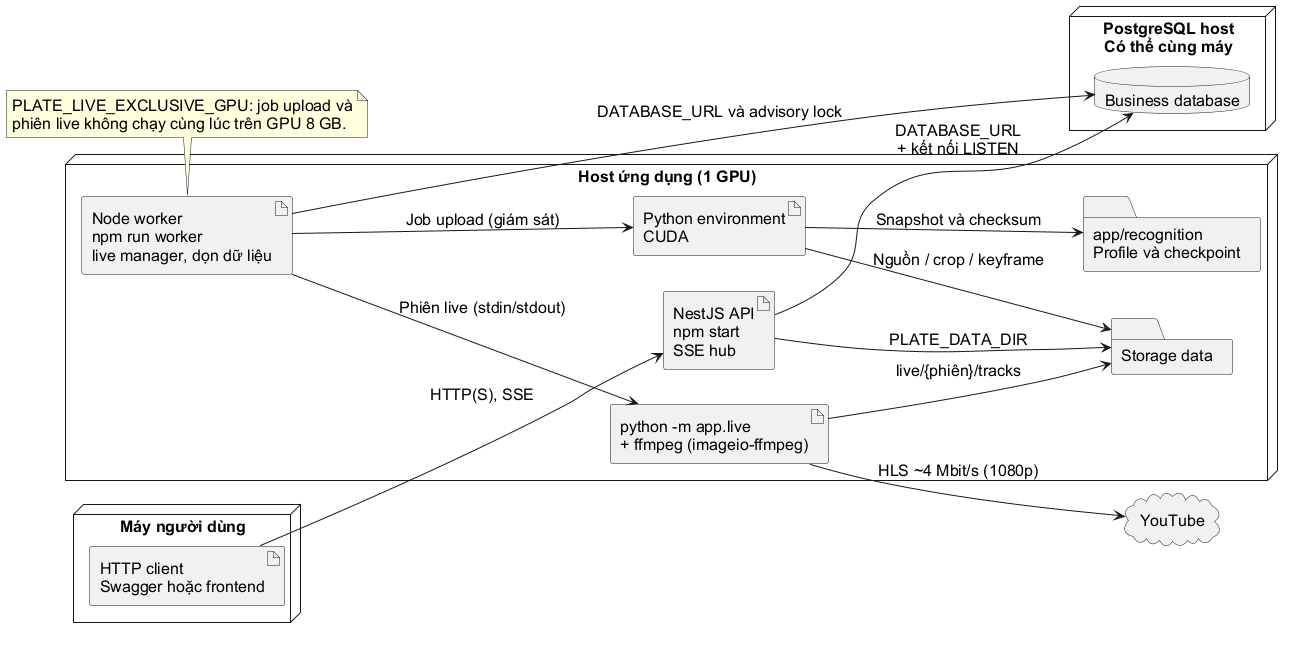
Before: docs/analysis/diagrams/16-deployment.png, a diagram exported from PlantUML (Oszumeiii/Vehicle_Tracking_BE). Source of this version:
```plantuml
@startuml
skinparam defaultFontName Arial
skinparam defaultFontSize 16
skinparam shadowing false
skinparam backgroundColor white
left to right direction
node "Máy người dùng" {
  artifact "HTTP client\nSwagger hoặc frontend" as client
}
node "Host ứng dụng (1 GPU)" {
  artifact "NestJS API\nnpm start\nSSE hub" as api
  artifact "Node worker\nnpm run worker\nlive manager, dọn dữ liệu" as worker
  artifact "Python environment\nCUDA" as python
  artifact "python -m app.live\n+ ffmpeg (imageio-ffmpeg)" as live
  folder "Storage data" as storage
  folder "app/recognition\nProfile và checkpoint" as model
}
node "PostgreSQL host\nCó thể cùng máy" {
  database "Business database" as db
}
cloud "YouTube" as youtube
client --> api : HTTP(S), SSE
api --> db : DATABASE_URL\n+ kết nối LISTEN
worker --> db : DATABASE_URL và advisory lock
api --> storage : PLATE_DATA_DIR
worker --> python : Job upload (giám sát)
worker --> live : Phiên live (stdin/stdout)
live --> youtube : HLS ~4 Mbit/s (1080p)
python --> storage : Nguồn / crop / keyframe
live --> storage : live/{phiên}/tracks
python --> model : Snapshot và checksum
note bottom of worker
  PLATE_LIVE_EXCLUSIVE_GPU: job upload và
  phiên live không chạy cùng lúc trên GPU 8 GB.
end note
@enduml
```
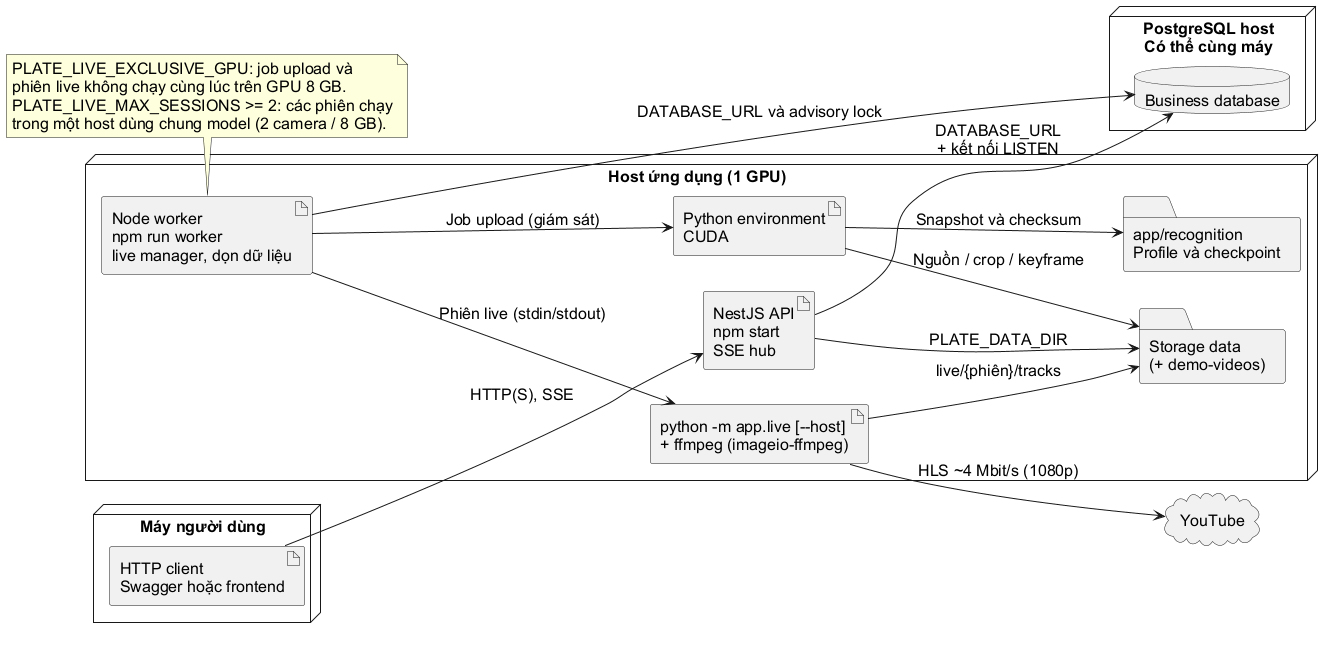
The same diagram one commit later.

Diff of the diagram source:
```diff
@@ -11,8 +11,8 @@
   artifact "NestJS API\nnpm start\nSSE hub" as api
   artifact "Node worker\nnpm run worker\nlive manager, dọn dữ liệu" as worker
   artifact "Python environment\nCUDA" as python
-  artifact "python -m app.live\n+ ffmpeg (imageio-ffmpeg)" as live
-  folder "Storage data" as storage
+  artifact "python -m app.live [--host]\n+ ffmpeg (imageio-ffmpeg)" as live
+  folder "Storage data\n(+ demo-videos)" as storage
   folder "app/recognition\nProfile và checkpoint" as model
 }
 node "PostgreSQL host\nCó thể cùng máy" {
@@ -32,5 +32,7 @@
 note bottom of worker
   PLATE_LIVE_EXCLUSIVE_GPU: job upload và
   phiên live không chạy cùng lúc trên GPU 8 GB.
+  PLATE_LIVE_MAX_SESSIONS >= 2: các phiên chạy
+  trong một host dùng chung model (2 camera / 8 GB).
 end note
 @enduml
```
